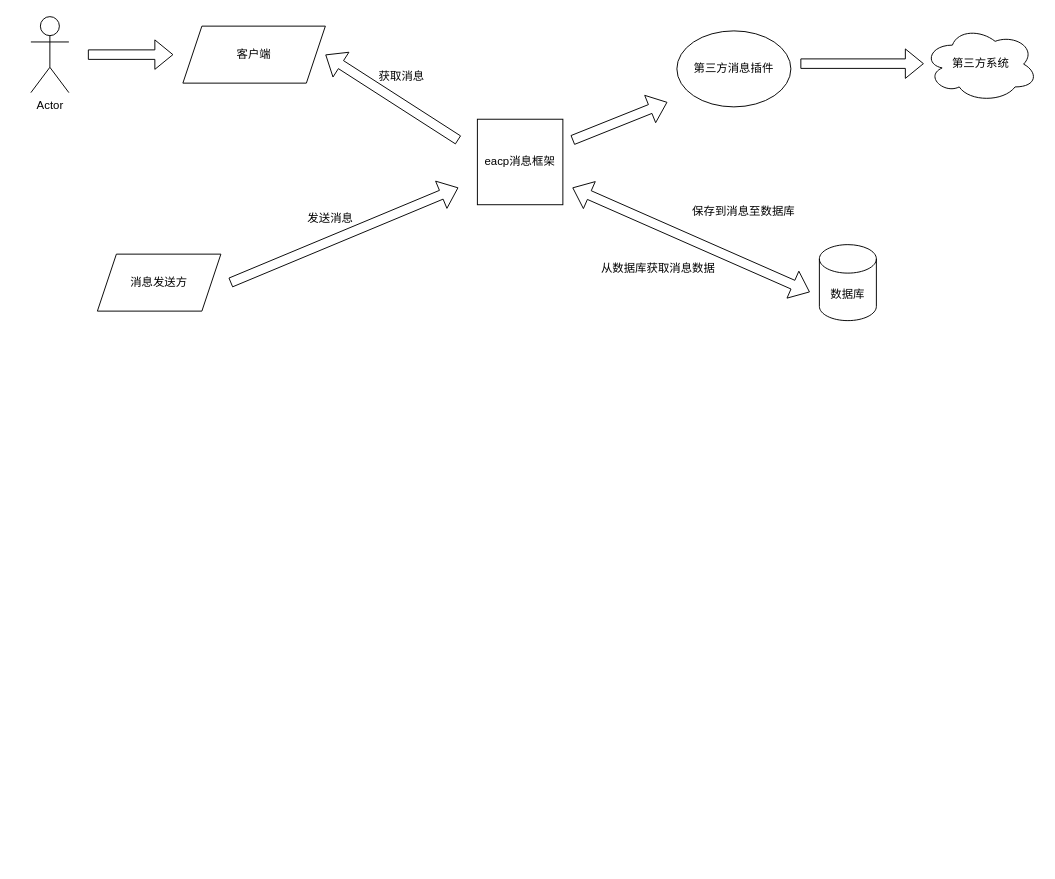
The draw.io diagram 未命名绘图.drawio in haliary/test, before the edit. Source tidied: cells renumbered, new cells numbered last; positions are measured from the earlier drawing's top-left corner, leaving out a move shared by most shapes. Both pictures are drawn from the tidied source at 95%, with x=0, y=0 at pixel (30, 16).
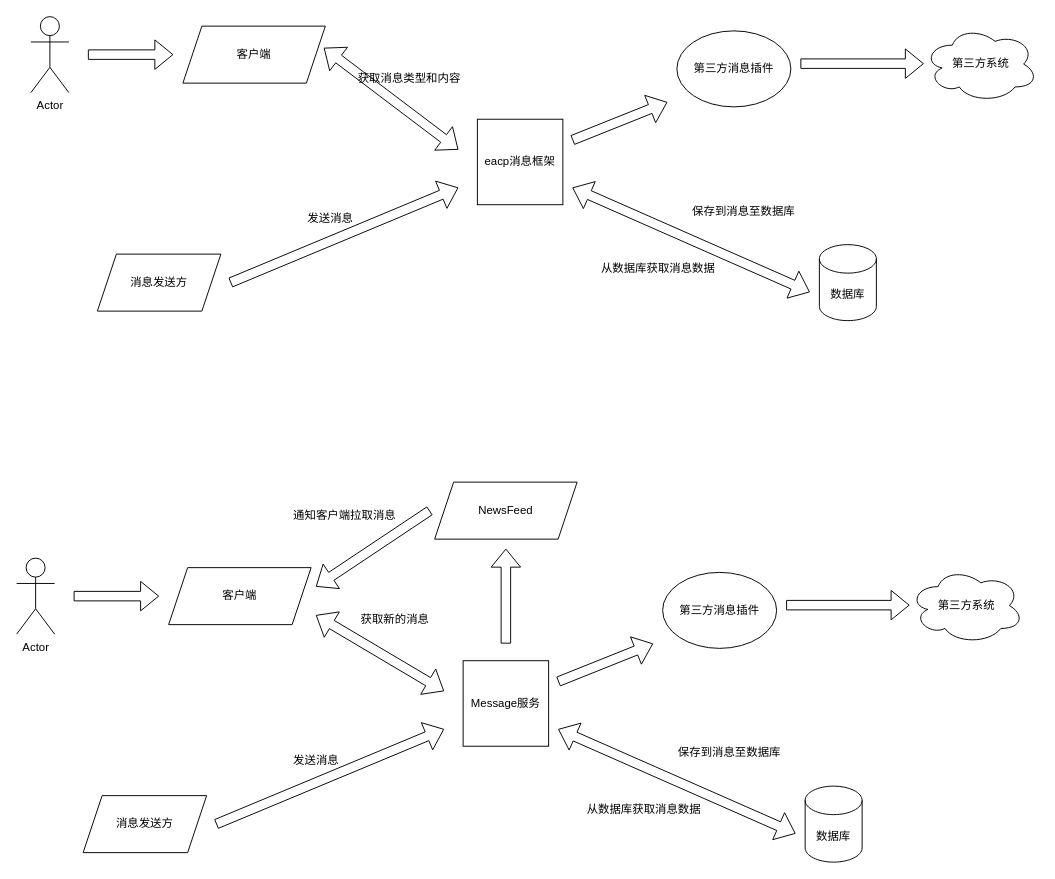
After the change.

Commit message:
更新未命名绘图.drawio

Unchanged cells that the change refers to:
```xml
<mxCell id="4" value="客户端" style="shape=parallelogram;perimeter=parallelogramPerimeter;whiteSpace=wrap;html=1;fixedSize=1;" parent="1" vertex="1">
  <mxGeometry x="160" y="10" width="150" height="60" as="geometry" />
</mxCell>
```

What changed in the source:
```diff
@@
-    <mxCell id="15" value="获取消息" style="text;html=1;align=center;verticalAlign=middle;strokeColor=none;fillColor=none;" parent="1" vertex="1">
-      <mxGeometry x="355" y="48" width="70" height="30" as="geometry" />
+    <mxCell id="15" value="获取消息类型和内容" style="text;html=1;align=center;verticalAlign=middle;strokeColor=none;fillColor=none;" parent="1" vertex="1">
+      <mxGeometry x="333" y="50" width="130" height="30" as="geometry" />
     </mxCell>
@@
-    <mxCell id="18" style="shape=flexArrow;endArrow=classic;html=1;rounded=0;" parent="1" edge="1">
-      <mxGeometry relative="1" as="geometry">
-        <mxPoint x="450" y="130" as="sourcePoint" />
-        <mxPoint x="310" y="40" as="targetPoint" />
-      </mxGeometry>
-    </mxCell>
+    <mxCell id="19" style="shape=flexArrow;endArrow=classic;startArrow=classic;html=1;rounded=0;exitX=0.989;exitY=0.381;exitDx=0;exitDy=0;exitPerimeter=0;" parent="1" edge="1" source="4">
+      <mxGeometry relative="1" as="geometry">
+        <mxPoint x="450" y="140" as="targetPoint" />
+      </mxGeometry>
+    </mxCell>
+    <mxCell id="20" value="Actor" style="shape=umlActor;verticalLabelPosition=bottom;verticalAlign=top;html=1;" parent="1" vertex="1">
+      <mxGeometry x="-15" y="570" width="40" height="80" as="geometry" />
+    </mxCell>
+    <mxCell id="21" value="Message服务" style="whiteSpace=wrap;html=1;" parent="1" vertex="1">
+      <mxGeometry x="455" y="678" width="90" height="90" as="geometry" />
+    </mxCell>
+    <mxCell id="22" value="客户端" style="shape=parallelogram;perimeter=parallelogramPerimeter;whiteSpace=wrap;html=1;fixedSize=1;" parent="1" vertex="1">
+      <mxGeometry x="145" y="580" width="150" height="60" as="geometry" />
+    </mxCell>
+    <mxCell id="23" value="消息发送方" style="shape=parallelogram;perimeter=parallelogramPerimeter;whiteSpace=wrap;html=1;fixedSize=1;" parent="1" vertex="1">
+      <mxGeometry x="55" y="820" width="130" height="60" as="geometry" />
+    </mxCell>
+    <mxCell id="24" style="shape=flexArrow;endArrow=classic;html=1;rounded=0;" parent="1" edge="1">
+      <mxGeometry relative="1" as="geometry">
+        <mxPoint x="45" y="610" as="sourcePoint" />
+        <mxPoint x="135" y="610" as="targetPoint" />
+      </mxGeometry>
+    </mxCell>
+    <mxCell id="25" style="shape=flexArrow;endArrow=classic;html=1;rounded=0;" parent="1" edge="1">
+      <mxGeometry relative="1" as="geometry">
+        <mxPoint x="195" y="850" as="sourcePoint" />
+        <mxPoint x="435" y="750" as="targetPoint" />
+      </mxGeometry>
+    </mxCell>
+    <mxCell id="26" value="发送消息" style="text;html=1;align=center;verticalAlign=middle;strokeColor=none;fillColor=none;" parent="1" vertex="1">
+      <mxGeometry x="265" y="768" width="70" height="30" as="geometry" />
+    </mxCell>
+    <mxCell id="27" value="数据库" style="shape=cylinder3;whiteSpace=wrap;html=1;boundedLbl=1;backgroundOutline=1;size=15;" parent="1" vertex="1">
+      <mxGeometry x="815" y="810" width="60" height="80" as="geometry" />
+    </mxCell>
+    <mxCell id="28" value="保存到消息至数据库" style="text;html=1;align=center;verticalAlign=middle;strokeColor=none;fillColor=none;" parent="1" vertex="1">
+      <mxGeometry x="670" y="760" width="130" height="30" as="geometry" />
+    </mxCell>
+    <mxCell id="29" value="第三方系统" style="ellipse;shape=cloud;whiteSpace=wrap;html=1;" parent="1" vertex="1">
+      <mxGeometry x="925" y="580" width="120" height="80" as="geometry" />
+    </mxCell>
+    <mxCell id="30" value="第三方消息插件" style="ellipse;whiteSpace=wrap;html=1;" parent="1" vertex="1">
+      <mxGeometry x="665" y="585" width="120" height="80" as="geometry" />
+    </mxCell>
+    <mxCell id="31" style="shape=flexArrow;endArrow=classic;html=1;rounded=0;" parent="1" edge="1">
+      <mxGeometry relative="1" as="geometry">
+        <mxPoint x="555" y="700" as="sourcePoint" />
+        <mxPoint x="655" y="660" as="targetPoint" />
+      </mxGeometry>
+    </mxCell>
+    <mxCell id="32" style="shape=flexArrow;endArrow=classic;html=1;rounded=0;" parent="1" edge="1">
+      <mxGeometry relative="1" as="geometry">
+        <mxPoint x="795" y="619.5" as="sourcePoint" />
+        <mxPoint x="925" y="619.5" as="targetPoint" />
+      </mxGeometry>
+    </mxCell>
+    <mxCell id="33" value="获取新的消息" style="text;html=1;align=center;verticalAlign=middle;strokeColor=none;fillColor=none;" parent="1" vertex="1">
+      <mxGeometry x="333" y="620" width="100" height="30" as="geometry" />
+    </mxCell>
+    <mxCell id="34" style="shape=flexArrow;endArrow=classic;startArrow=classic;html=1;rounded=0;" parent="1" edge="1">
+      <mxGeometry relative="1" as="geometry">
+        <mxPoint x="555" y="750" as="sourcePoint" />
+        <mxPoint x="805" y="860" as="targetPoint" />
+      </mxGeometry>
+    </mxCell>
+    <mxCell id="35" value="从数据库获取消息数据" style="text;html=1;align=center;verticalAlign=middle;strokeColor=none;fillColor=none;" parent="1" vertex="1">
+      <mxGeometry x="575" y="820" width="140" height="30" as="geometry" />
+    </mxCell>
+    <mxCell id="36" style="shape=flexArrow;endArrow=classic;startArrow=classic;html=1;rounded=0;" parent="1" edge="1">
+      <mxGeometry relative="1" as="geometry">
+        <mxPoint x="300" y="630" as="sourcePoint" />
+        <mxPoint x="435" y="710" as="targetPoint" />
+      </mxGeometry>
+    </mxCell>
+    <mxCell id="37" value="NewsFeed" style="shape=parallelogram;perimeter=parallelogramPerimeter;whiteSpace=wrap;html=1;fixedSize=1;" parent="1" vertex="1">
+      <mxGeometry x="425" y="490" width="150" height="60" as="geometry" />
+    </mxCell>
+    <mxCell id="38" style="shape=flexArrow;endArrow=classic;html=1;rounded=0;" parent="1" edge="1">
+      <mxGeometry relative="1" as="geometry">
+        <mxPoint x="500" y="660" as="sourcePoint" />
+        <mxPoint x="500" y="560" as="targetPoint" />
+      </mxGeometry>
+    </mxCell>
+    <mxCell id="39" style="shape=flexArrow;endArrow=classic;html=1;rounded=0;" parent="1" edge="1">
+      <mxGeometry relative="1" as="geometry">
+        <mxPoint x="420" y="520" as="sourcePoint" />
+        <mxPoint x="300" y="600" as="targetPoint" />
+      </mxGeometry>
+    </mxCell>
+    <mxCell id="40" value="通知客户端拉取消息" style="text;html=1;align=center;verticalAlign=middle;strokeColor=none;fillColor=none;" parent="1" vertex="1">
+      <mxGeometry x="265" y="510" width="130" height="30" as="geometry" />
+    </mxCell>
```
